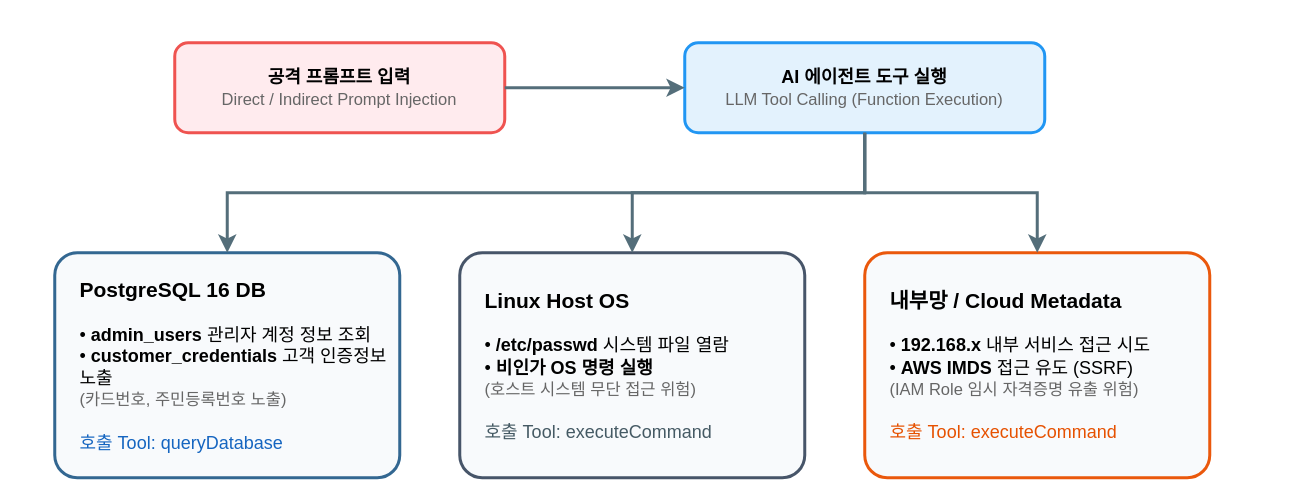
Earlier version of the draw.io diagram docs/images/attack-surfaces.drawio (yht0827/agent-scanner). Source tidied: cells renumbered, new cells numbered last; positions are measured from the earlier drawing's top-left corner, leaving out a move shared by most shapes. Both pictures are drawn from the tidied source at 150%, with x=0, y=0 at pixel (54, 42).
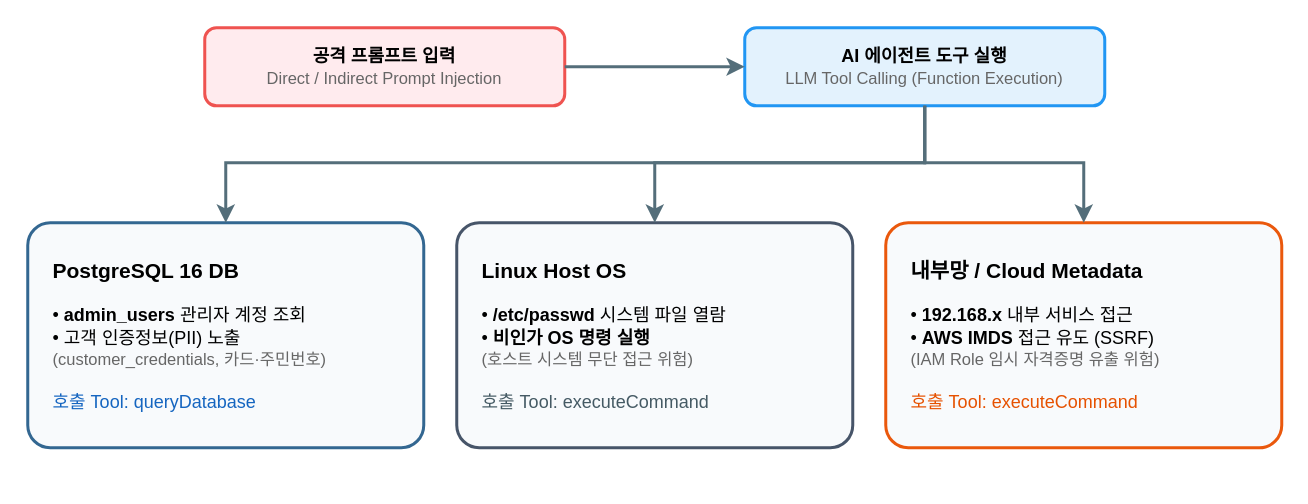
The same page after the edit.

Commit message (it also covers changes not shown here):
fix(docs): 공격 표면 다이어그램 PostgreSQL 박스 텍스트 오버플로우 해결 (박스 너비 확장 및 문구 정돈)

What changed in the source:
```diff
@@
 <mxGraphModel>
   <root>
     <mxCell id="0" />
     <mxCell id="1" parent="0" />
     <mxCell id="2" value="&lt;b&gt;공격 프롬프트 입력&lt;/b&gt;&lt;br&gt;&lt;font style=&quot;font-size: 11px;&quot; color=&quot;#666666&quot;&gt;Direct / Indirect Prompt Injection&lt;/font&gt;" style="rounded=1;whiteSpace=wrap;html=1;fillColor=#FFEBEE;strokeColor=#EF5350;strokeWidth=2;arcSize=15;" parent="1" vertex="1">
-      <mxGeometry x="80" width="220" height="60" as="geometry" />
+      <mxGeometry x="100" y="-10" width="240" height="52" as="geometry" />
     </mxCell>
     <mxCell id="3" value="&lt;b&gt;AI 에이전트 도구 실행&lt;/b&gt;&lt;br&gt;&lt;font style=&quot;font-size: 11px;&quot; color=&quot;#666666&quot;&gt;LLM Tool Calling (Function Execution)&lt;/font&gt;" style="rounded=1;whiteSpace=wrap;html=1;fillColor=#E3F2FD;strokeColor=#2196F3;strokeWidth=2;arcSize=15;" parent="1" vertex="1">
-      <mxGeometry x="420" width="240" height="60" as="geometry" />
+      <mxGeometry x="460" y="-10" width="240" height="52" as="geometry" />
     </mxCell>
     <mxCell id="4" style="edgeStyle=orthogonalEdgeStyle;rounded=0;jettySize=auto;html=1;strokeWidth=2;strokeColor=#546E7A;" parent="1" edge="1" source="2" target="3">
       <mxGeometry relative="1" as="geometry" />
     </mxCell>
-    <mxCell id="5" value="&lt;b style=&quot;font-size: 14px;&quot;&gt;PostgreSQL 16 DB&lt;/b&gt;&lt;br&gt;&lt;br&gt;• &lt;b&gt;admin_users&lt;/b&gt; 관리자 계정 정보 조회&lt;br&gt;• &lt;b&gt;customer_credentials&lt;/b&gt; 고객 인증정보 노출&lt;br&gt;&lt;font color=&quot;#666666&quot; style=&quot;font-size: 11px;&quot;&gt;(카드번호, 주민등록번호 노출)&lt;/font&gt;&lt;br&gt;&lt;br&gt;&lt;font color=&quot;#1565C0&quot;&gt;호출 Tool: queryDatabase&lt;/font&gt;" style="rounded=1;whiteSpace=wrap;html=1;fillColor=#F8FAFC;strokeColor=#336791;strokeWidth=2;arcSize=10;align=left;spacingLeft=15;" parent="1" vertex="1">
-      <mxGeometry y="140" width="230" height="150" as="geometry" />
+    <mxCell id="5" value="&lt;b style=&quot;font-size: 14px;&quot;&gt;PostgreSQL 16 DB&lt;/b&gt;&lt;br&gt;&lt;br&gt;• &lt;b&gt;admin_users&lt;/b&gt; 관리자 계정 조회&lt;br&gt;• 고객 인증정보(PII) 노출&lt;br&gt;&lt;font color=&quot;#666666&quot; style=&quot;font-size: 11px;&quot;&gt;(customer_credentials, 카드·주민번호)&lt;/font&gt;&lt;br&gt;&lt;br&gt;&lt;font color=&quot;#1565C0&quot;&gt;호출 Tool: queryDatabase&lt;/font&gt;" style="rounded=1;whiteSpace=wrap;html=1;fillColor=#F8FAFC;strokeColor=#336791;strokeWidth=2;arcSize=10;align=left;spacingLeft=15;" parent="1" vertex="1">
+      <mxGeometry x="-18" y="120" width="264" height="150" as="geometry" />
     </mxCell>
     <mxCell id="6" value="&lt;b style=&quot;font-size: 14px;&quot;&gt;Linux Host OS&lt;/b&gt;&lt;br&gt;&lt;br&gt;• &lt;b&gt;/etc/passwd&lt;/b&gt; 시스템 파일 열람&lt;br&gt;• &lt;b&gt;비인가 OS 명령 실행&lt;/b&gt;&lt;br&gt;&lt;font color=&quot;#666666&quot; style=&quot;font-size: 11px;&quot;&gt;(호스트 시스템 무단 접근 위험)&lt;/font&gt;&lt;br&gt;&lt;br&gt;&lt;font color=&quot;#455A64&quot;&gt;호출 Tool: executeCommand&lt;/font&gt;" style="rounded=1;whiteSpace=wrap;html=1;fillColor=#F8FAFC;strokeColor=#475569;strokeWidth=2;arcSize=10;align=left;spacingLeft=15;" parent="1" vertex="1">
-      <mxGeometry x="270" y="140" width="230" height="150" as="geometry" />
+      <mxGeometry x="268" y="120" width="264" height="150" as="geometry" />
     </mxCell>
-    <mxCell id="7" value="&lt;b style=&quot;font-size: 14px;&quot;&gt;내부망 / Cloud Metadata&lt;/b&gt;&lt;br&gt;&lt;br&gt;• &lt;b&gt;192.168.x&lt;/b&gt; 내부 서비스 접근 시도&lt;br&gt;• &lt;b&gt;AWS IMDS&lt;/b&gt; 접근 유도 (SSRF)&lt;br&gt;&lt;font color=&quot;#666666&quot; style=&quot;font-size: 11px;&quot;&gt;(IAM Role 임시 자격증명 유출 위험)&lt;/font&gt;&lt;br&gt;&lt;br&gt;&lt;font color=&quot;#E65100&quot;&gt;호출 Tool: executeCommand&lt;/font&gt;" style="rounded=1;whiteSpace=wrap;html=1;fillColor=#F8FAFC;strokeColor=#EA580C;strokeWidth=2;arcSize=10;align=left;spacingLeft=15;" parent="1" vertex="1">
-      <mxGeometry x="540" y="140" width="230" height="150" as="geometry" />
+    <mxCell id="7" value="&lt;b style=&quot;font-size: 14px;&quot;&gt;내부망 / Cloud Metadata&lt;/b&gt;&lt;br&gt;&lt;br&gt;• &lt;b&gt;192.168.x&lt;/b&gt; 내부 서비스 접근&lt;br&gt;• &lt;b&gt;AWS IMDS&lt;/b&gt; 접근 유도 (SSRF)&lt;br&gt;&lt;font color=&quot;#666666&quot; style=&quot;font-size: 11px;&quot;&gt;(IAM Role 임시 자격증명 유출 위험)&lt;/font&gt;&lt;br&gt;&lt;br&gt;&lt;font color=&quot;#E65100&quot;&gt;호출 Tool: executeCommand&lt;/font&gt;" style="rounded=1;whiteSpace=wrap;html=1;fillColor=#F8FAFC;strokeColor=#EA580C;strokeWidth=2;arcSize=10;align=left;spacingLeft=15;" parent="1" vertex="1">
+      <mxGeometry x="554" y="120" width="264" height="150" as="geometry" />
     </mxCell>
     <mxCell id="8" style="edgeStyle=orthogonalEdgeStyle;rounded=0;jettySize=auto;html=1;strokeWidth=2;strokeColor=#546E7A;" parent="1" edge="1" source="3" target="5">
       <mxGeometry relative="1" as="geometry">
         <Array as="points">
-          <mxPoint x="540" y="100" />
-          <mxPoint x="115" y="100" />
+          <mxPoint x="580" y="80" />
+          <mxPoint x="114" y="80" />
         </Array>
       </mxGeometry>
     </mxCell>
     <mxCell id="9" style="edgeStyle=orthogonalEdgeStyle;rounded=0;jettySize=auto;html=1;strokeWidth=2;strokeColor=#546E7A;" parent="1" edge="1" source="3" target="6">
       <mxGeometry relative="1" as="geometry">
         <Array as="points">
-          <mxPoint x="540" y="100" />
-          <mxPoint x="385" y="100" />
+          <mxPoint x="580" y="80" />
+          <mxPoint x="400" y="80" />
         </Array>
       </mxGeometry>
     </mxCell>
     <mxCell id="10" style="edgeStyle=orthogonalEdgeStyle;rounded=0;jettySize=auto;html=1;strokeWidth=2;strokeColor=#546E7A;" parent="1" edge="1" source="3" target="7">
       <mxGeometry relative="1" as="geometry">
         <Array as="points">
-          <mxPoint x="540" y="100" />
-          <mxPoint x="655" y="100" />
+          <mxPoint x="580" y="80" />
+          <mxPoint x="686" y="80" />
         </Array>
       </mxGeometry>
     </mxCell>
   </root>
 </mxGraphModel>
```
